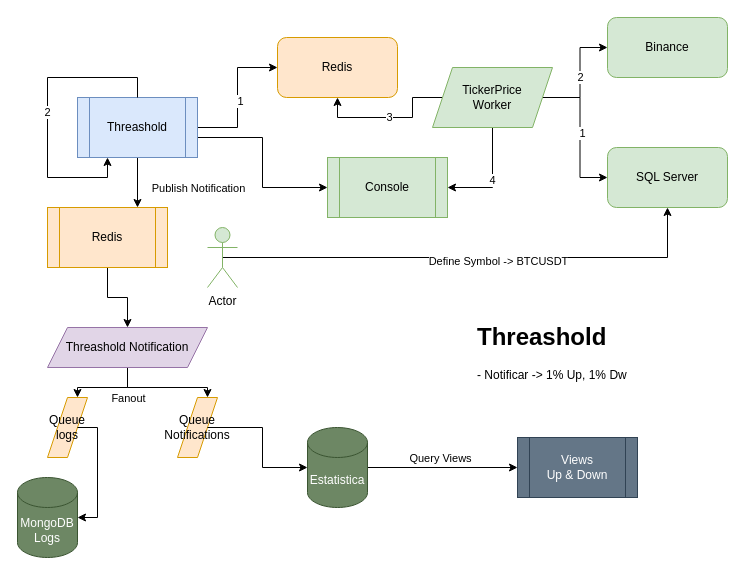
The draw.io diagram CryptoWatch/doc/CryptoWatch V2.drawio in alexandrebl/cryptowatch, before the edit. Source tidied: cells renumbered, new cells numbered last; positions are measured from the earlier drawing's top-left corner, leaving out a move shared by most shapes. Both pictures are drawn from the tidied source at 100%, with x=0, y=0 at pixel (17, 17).
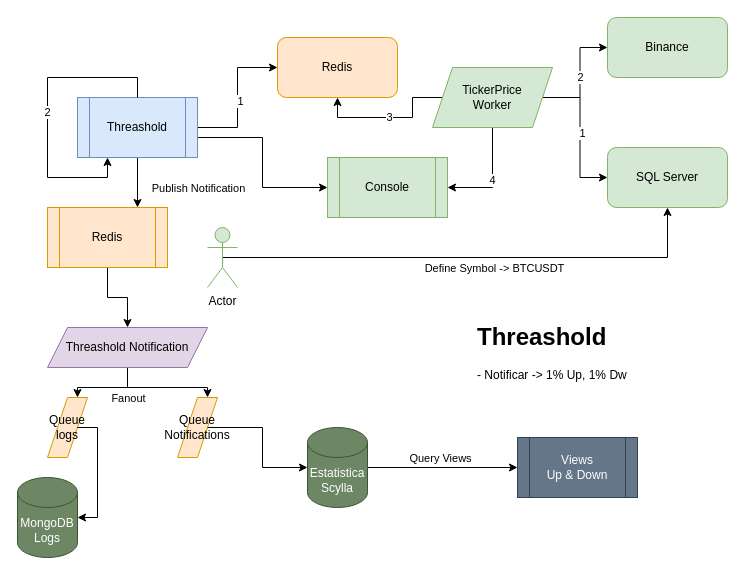
The same diagram, later.

Commit message (it also covers changes not shown here):
Crypto Watch Diagram

Unchanged cells that the change refers to:
```xml
<mxCell id="2" style="edgeStyle=orthogonalEdgeStyle;rounded=0;jettySize=auto;html=1;exitX=0.5;exitY=0.5;exitDx=0;exitDy=0;exitPerimeter=0;entryX=0.5;entryY=1;entryDx=0;entryDy=0;" parent="1" edge="1" source="4" target="5">
  <mxGeometry relative="1" as="geometry" />
</mxCell>
```

Diff of the diagram source:
```diff
@@
     <mxCell id="3" value="Define Symbol -&amp;gt; BTCUSDT" style="edgeLabel;html=1;align=center;verticalAlign=middle;" parent="2" vertex="1">
-      <mxGeometry x="0.11" y="-3" relative="1" as="geometry" />
+      <mxGeometry x="0.11" y="-3" relative="1" as="geometry">
+        <mxPoint x="-4" y="7" as="offset" />
+      </mxGeometry>
     </mxCell>
@@
-    <mxCell id="25" value="Estatistica" style="shape=cylinder3;whiteSpace=wrap;html=1;boundedLbl=1;backgroundOutline=1;size=15;fillColor=#6d8764;fontColor=#ffffff;strokeColor=#3A5431;" parent="1" vertex="1">
+    <mxCell id="25" value="Estatistica&lt;br&gt;Scylla" style="shape=cylinder3;whiteSpace=wrap;html=1;boundedLbl=1;backgroundOutline=1;size=15;fillColor=#6d8764;fontColor=#ffffff;strokeColor=#3A5431;" parent="1" vertex="1">
       <mxGeometry x="290" y="410" width="60" height="80" as="geometry" />
     </mxCell>
```
